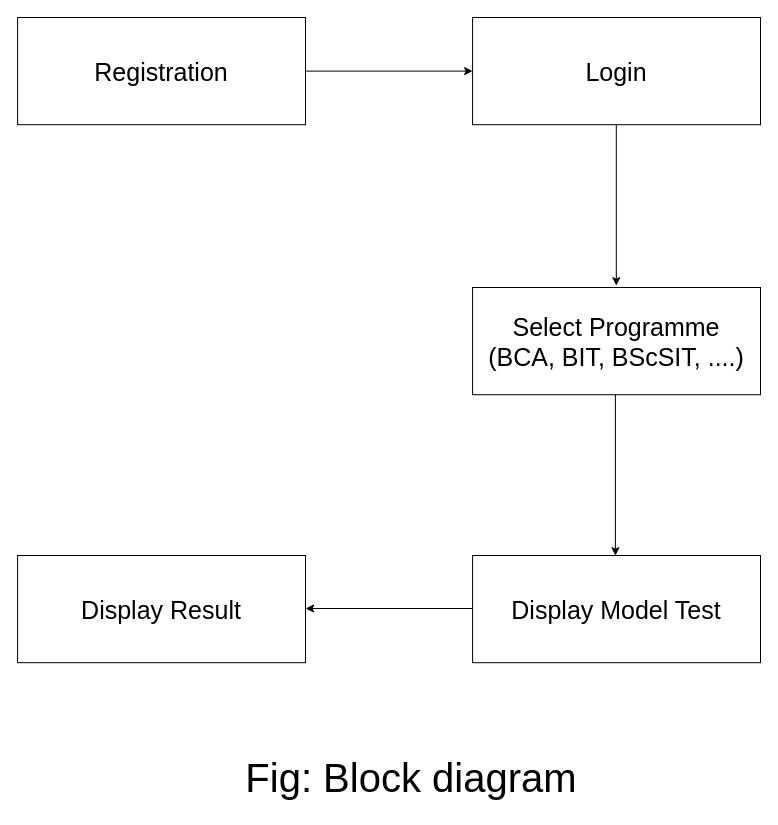
Earlier version of the draw.io diagram static/Project Diagram/Block Diagram.drawio (sainisoftravi/online_entrance). Source tidied: cells renumbered, new cells numbered last; positions are measured from the earlier drawing's top-left corner, leaving out a move shared by most shapes. Both pictures are drawn from the tidied source at 100%, with x=0, y=0 at pixel (17, 17).
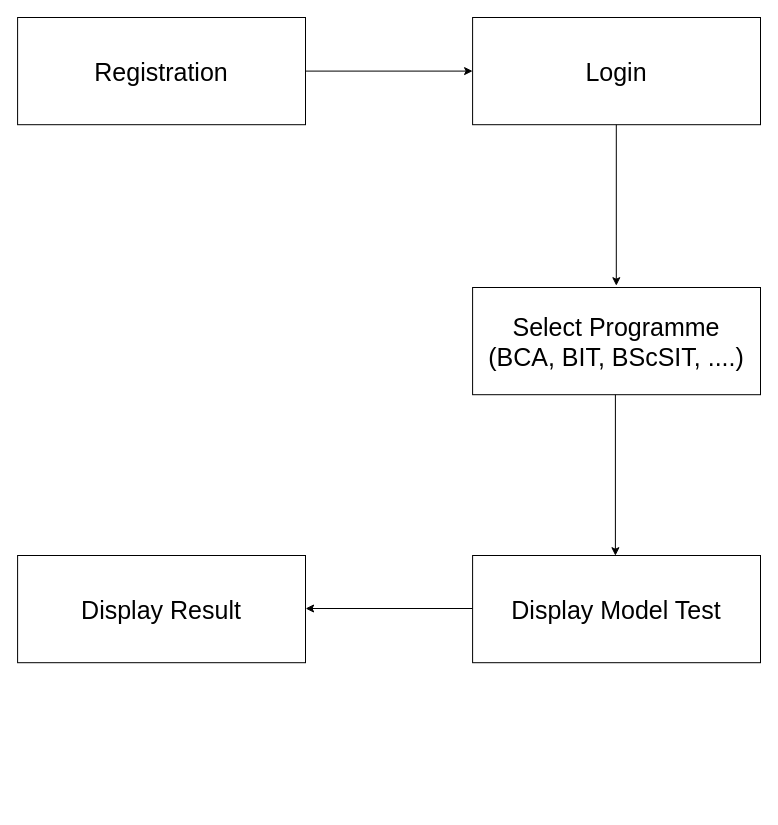
After the change.

The edit, as a diff of the source:
```diff
@@
 <mxGraphModel>
   <root>
     <mxCell id="0" />
     <mxCell id="1" parent="0" />
     <mxCell id="2" value="&lt;font style=&quot;font-size: 25px;&quot;&gt;Select Programme&lt;br&gt;(BCA, BIT, BScSIT, ....)&lt;br&gt;&lt;/font&gt;" style="whiteSpace=wrap;html=1;" parent="1" vertex="1">
       <mxGeometry x="455.1" y="270" width="287.9" height="107.2" as="geometry" />
     </mxCell>
     <mxCell id="3" value="&lt;font style=&quot;&quot;&gt;&lt;font style=&quot;font-size: 25px;&quot;&gt;Login&lt;/font&gt;&lt;br&gt;&lt;/font&gt;" style="whiteSpace=wrap;html=1;" parent="1" vertex="1">
       <mxGeometry x="455.1" width="287.9" height="107.2" as="geometry" />
     </mxCell>
     <mxCell id="4" value="&lt;font style=&quot;&quot;&gt;&lt;font style=&quot;font-size: 25px;&quot;&gt;Registration&lt;/font&gt;&lt;br&gt;&lt;/font&gt;" style="whiteSpace=wrap;html=1;" parent="1" vertex="1">
       <mxGeometry x="0.1" width="287.9" height="107.2" as="geometry" />
     </mxCell>
     <mxCell id="5" value="&lt;font style=&quot;&quot;&gt;&lt;font style=&quot;font-size: 25px;&quot;&gt;Display Model Test&lt;/font&gt;&lt;br&gt;&lt;/font&gt;" style="whiteSpace=wrap;html=1;" parent="1" vertex="1">
       <mxGeometry x="455.1" y="538" width="287.9" height="107.2" as="geometry" />
     </mxCell>
     <mxCell id="6" value="&lt;font style=&quot;&quot;&gt;&lt;font style=&quot;font-size: 25px;&quot;&gt;Display Result&lt;/font&gt;&lt;br&gt;&lt;/font&gt;" style="whiteSpace=wrap;html=1;" parent="1" vertex="1">
       <mxGeometry x="0.1" y="538" width="287.9" height="107.2" as="geometry" />
     </mxCell>
-    <mxCell id="7" value="&lt;font style=&quot;font-size: 40px;&quot;&gt;Fig: Block diagram&amp;nbsp;&lt;/font&gt;" style="text;html=1;align=center;verticalAlign=middle;strokeColor=none;fillColor=none;" parent="1" vertex="1">
-      <mxGeometry x="219" y="730" width="360" height="60" as="geometry" />
-    </mxCell>
     <mxCell id="8" style="endArrow=classic;html=1;rounded=0;exitX=0.5;exitY=1;exitDx=0;exitDy=0;entryX=0.5;entryY=0;entryDx=0;entryDy=0;" parent="1" edge="1">
       <mxGeometry relative="1" as="geometry">
         <mxPoint x="598.8" y="107.2" as="sourcePoint" />
         <mxPoint x="598.8" y="268.2" as="targetPoint" />
       </mxGeometry>
     </mxCell>
     <mxCell id="9" style="endArrow=classic;html=1;rounded=0;exitX=1;exitY=0.5;exitDx=0;exitDy=0;entryX=0;entryY=0.5;entryDx=0;entryDy=0;" parent="1" edge="1" source="4" target="3">
       <mxGeometry relative="1" as="geometry" />
     </mxCell>
     <mxCell id="10" style="endArrow=classic;html=1;rounded=0;exitX=0.5;exitY=1;exitDx=0;exitDy=0;entryX=0.5;entryY=0;entryDx=0;entryDy=0;" parent="1" edge="1">
       <mxGeometry relative="1" as="geometry">
         <mxPoint x="597.9" y="377.2" as="sourcePoint" />
         <mxPoint x="597.9" y="538.2" as="targetPoint" />
       </mxGeometry>
     </mxCell>
     <mxCell id="11" style="endArrow=classic;html=1;rounded=0;exitX=1;exitY=0.5;exitDx=0;exitDy=0;entryX=0;entryY=0.5;entryDx=0;entryDy=0;" parent="1" edge="1">
       <mxGeometry relative="1" as="geometry">
         <mxPoint x="455.1" y="591" as="sourcePoint" />
         <mxPoint x="288.1" y="591" as="targetPoint" />
       </mxGeometry>
     </mxCell>
   </root>
 </mxGraphModel>
```
